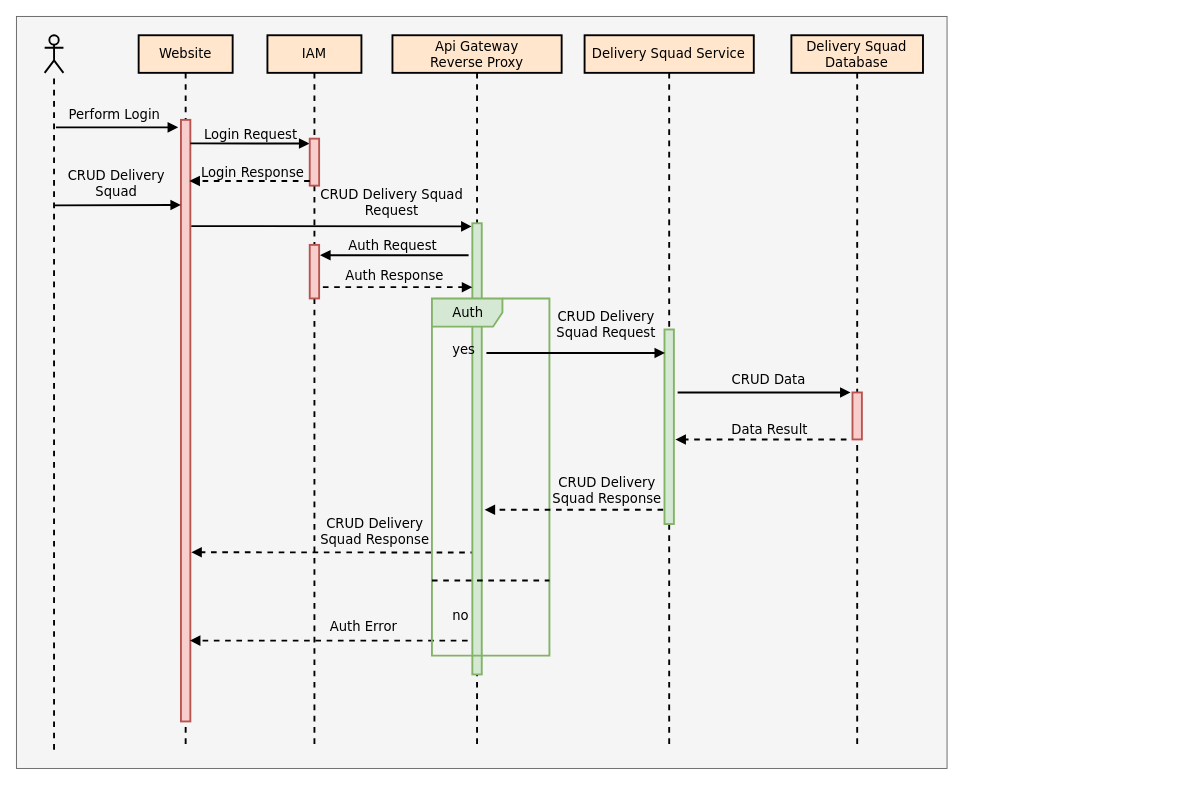
Before: docs/diagram/delivery_squad_sequence_view.drawio in dudhwalas/dudhwala, a draw.io diagram. Source tidied: cells renumbered, new cells numbered last; positions are measured from the earlier drawing's top-left corner, leaving out a move shared by most shapes. Both pictures are drawn from the tidied source at 94%, with x=0, y=0 at pixel (16, 16).
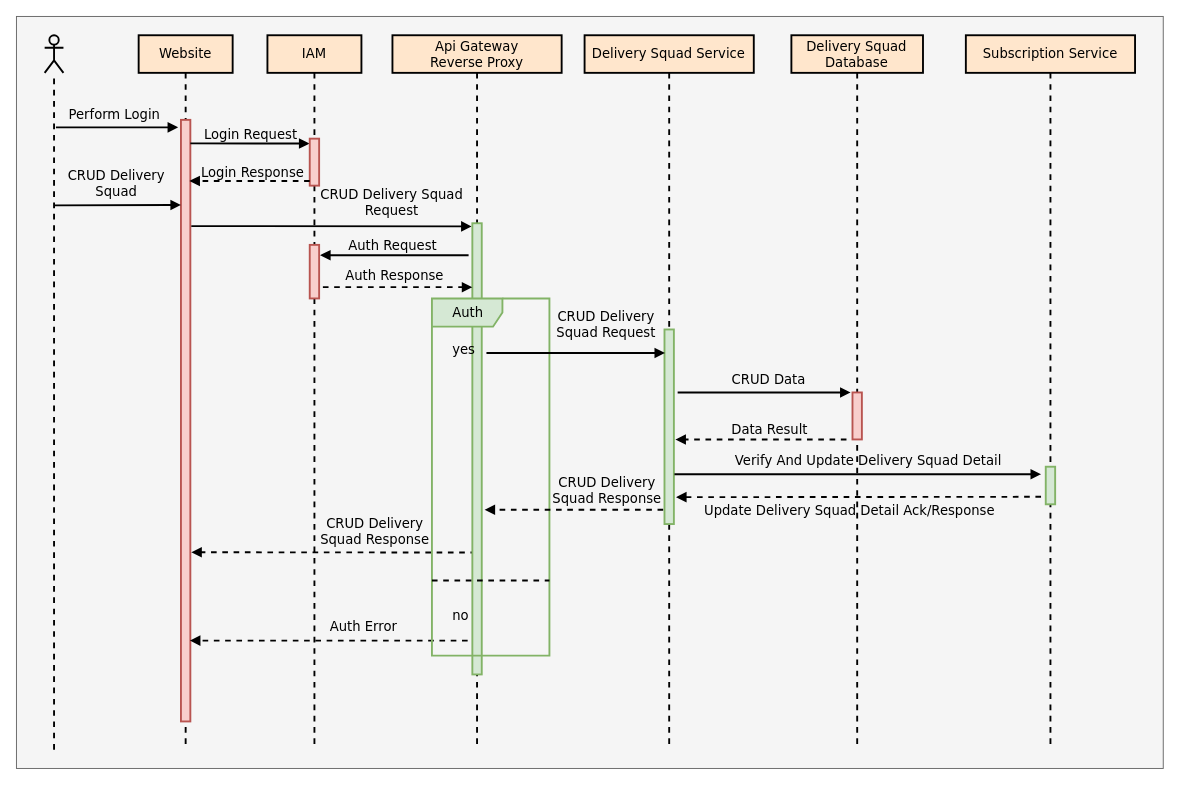
Above is the later version.

Commit message (it also covers changes not shown here):
added delivery service specs

Change to the diagram source:
```diff
@@
     <mxCell id="2" style="rounded=0;whiteSpace=wrap;html=1;fontFamily=Verdana;fillColor=#f5f5f5;strokeColor=#666666;fontColor=#333333;" parent="1" vertex="1">
-      <mxGeometry width="990" height="800" as="geometry" />
+      <mxGeometry width="1220" height="800" as="geometry" />
     </mxCell>
@@
+    <mxCell id="45" value="Subscription Service" style="shape=umlLifeline;perimeter=lifelinePerimeter;whiteSpace=wrap;html=1;fillColor=#ffe6cc;strokeColor=#000000;fontSize=14;strokeWidth=2;labelBackgroundColor=none;fontFamily=Verdana;" parent="1" vertex="1">
+      <mxGeometry x="1010" y="20" width="180" height="760" as="geometry" />
+    </mxCell>
+    <mxCell id="46" style="html=1;perimeter=orthogonalPerimeter;fillColor=#d5e8d4;fontSize=14;strokeColor=#82b366;strokeWidth=2;fontFamily=Verdana;" parent="45" vertex="1">
+      <mxGeometry x="85" y="459" width="10" height="40" as="geometry" />
+    </mxCell>
+    <mxCell id="47" style="endArrow=block;html=1;rounded=0;fontSize=14;endFill=1;fontFamily=Verdana;strokeWidth=2;" parent="1" edge="1">
+      <mxGeometry relative="1" as="geometry">
+        <mxPoint x="700" y="487" as="sourcePoint" />
+        <mxPoint x="1090" y="487" as="targetPoint" />
+      </mxGeometry>
+    </mxCell>
+    <mxCell id="48" value="Verify And Update Delivery Squad Detail" style="edgeLabel;html=1;align=center;verticalAlign=middle;fontSize=14;labelBorderColor=none;labelBackgroundColor=none;fontFamily=Verdana;" parent="47" vertex="1">
+      <mxGeometry x="-0.2" relative="1" as="geometry">
+        <mxPoint x="49" y="-15" as="offset" />
+      </mxGeometry>
+    </mxCell>
+    <mxCell id="49" style="endArrow=block;html=1;rounded=0;dashed=1;fontSize=14;endFill=1;entryX=1.233;entryY=0.862;entryDx=0;entryDy=0;entryPerimeter=0;fontFamily=Verdana;strokeWidth=2;" parent="1" edge="1">
+      <mxGeometry relative="1" as="geometry">
+        <mxPoint x="1090" y="511" as="sourcePoint" />
+        <mxPoint x="701.7" y="511.4" as="targetPoint" />
+      </mxGeometry>
+    </mxCell>
+    <mxCell id="50" value="Update Delivery Squad Detail Ack/Response" style="edgeLabel;html=1;align=center;verticalAlign=middle;fontSize=14;labelBackgroundColor=none;fontFamily=Verdana;" parent="49" vertex="1">
+      <mxGeometry x="-0.2" relative="1" as="geometry">
+        <mxPoint x="-50" y="14" as="offset" />
+      </mxGeometry>
+    </mxCell>
```
